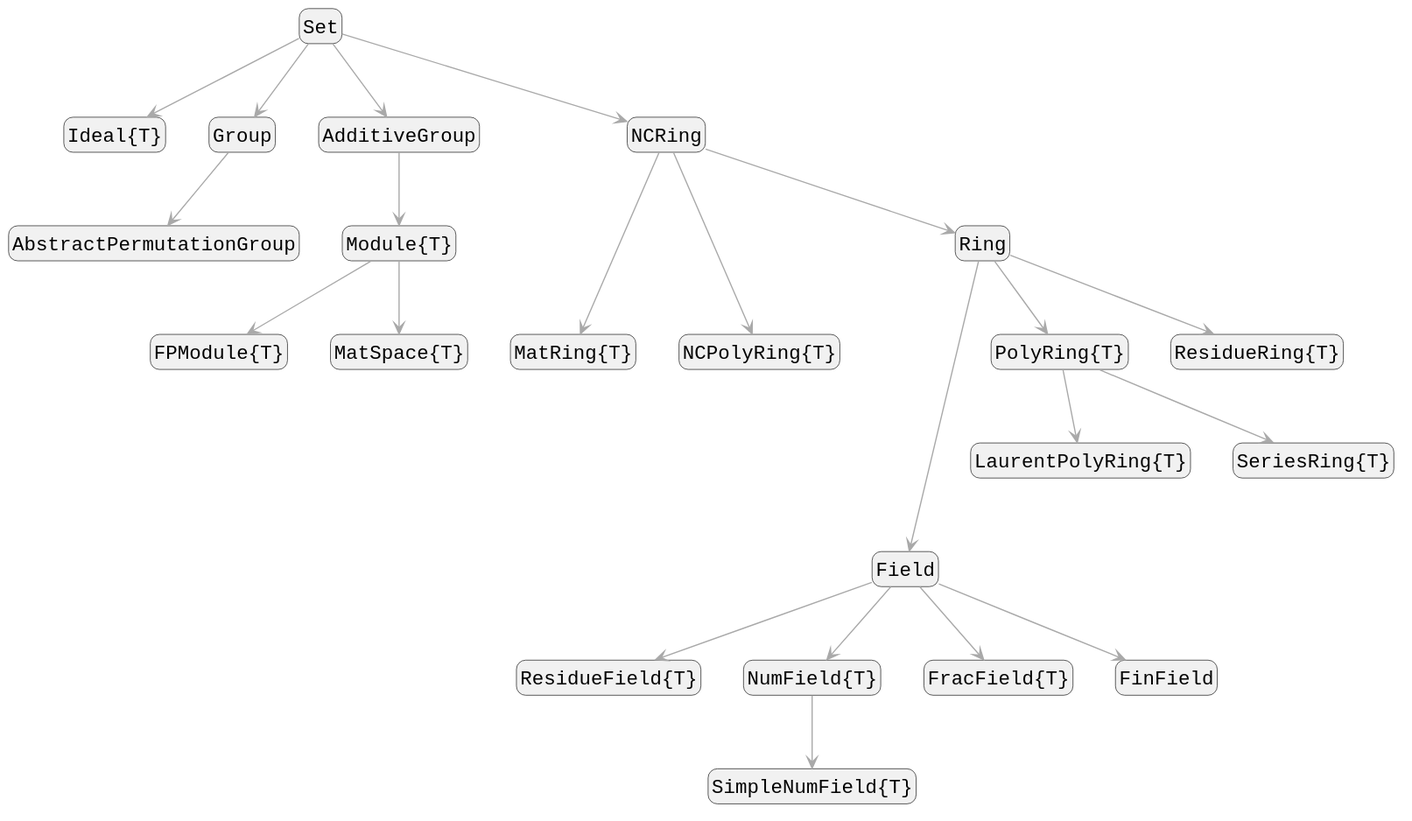
The PlantUML diagram previews/PR6368/AbstractAlgebra/assets/parents_diagram.svg in oscar-system/OscarDocumentation, before a commit. Its diagram source:
```plantuml
@startuml
skinparam monochrome true
skinparam defaultFontName Monospaced
skinparam defaultFontSize 16
skinparam objectArrowColor DarkGray
skinparam RoundCorner 15

"Set" -down-> "Ideal{T}"

"Set" -down-> "Group"
"Group" -down-> "AbstractPermutationGroup"

"Set" -down-> "AdditiveGroup"
"AdditiveGroup" -down-> "Module{T}"
"Module{T}" -down-> "FPModule{T}"
"Module{T}" -down-> "MatSpace{T}"

"Set" -down-> "NCRing"
"NCRing" -down--> "MatRing{T}"
"NCRing" -down--> "NCPolyRing{T}"
"NCRing" -down-> "Ring"

"Ring" -down---> "Field"
"Ring" -down-> "PolyRing{T}"
"PolyRing{T}" -down-> "LaurentPolyRing{T}"
"PolyRing{T}" -down-> "SeriesRing{T}"
"Ring" -down-> "ResidueRing{T}"

"Field" -down-> "ResidueField{T}"
"NumField{T}" -down-> "SimpleNumField{T}"
"Field" -down-> "FracField{T}"
"Field" -down-> "NumField{T}"
"Field" -down-> "FinField"

hide members
hide circle
@enduml
```
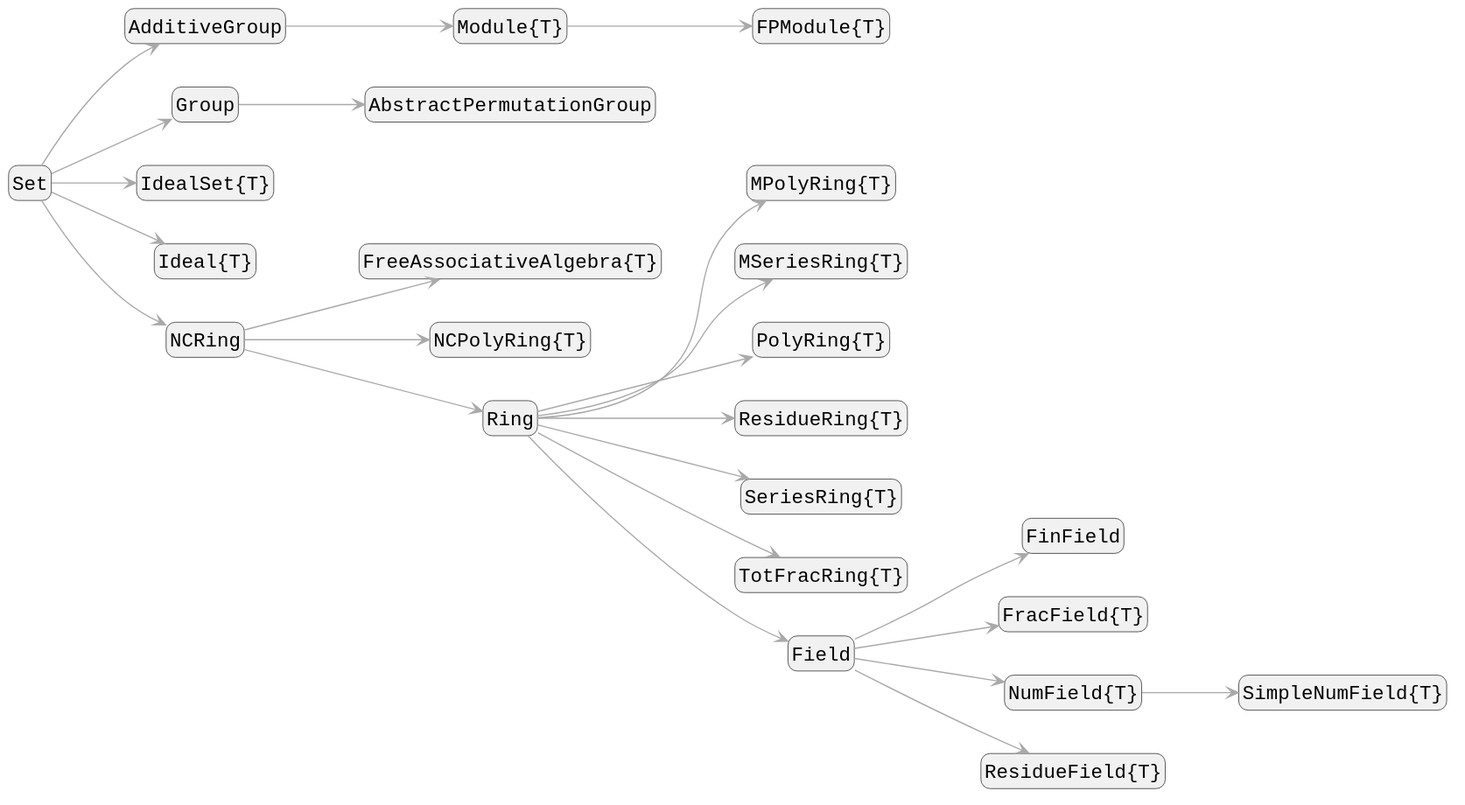
Above is the later version.

What changed in the source:
```diff
@@ -4,34 +4,31 @@
 skinparam defaultFontSize 16
 skinparam objectArrowColor DarkGray
 skinparam RoundCorner 15
+left to right direction
 
-"Set" -down-> "Ideal{T}"
-
-"Set" -down-> "Group"
-"Group" -down-> "AbstractPermutationGroup"
-
-"Set" -down-> "AdditiveGroup"
-"AdditiveGroup" -down-> "Module{T}"
-"Module{T}" -down-> "FPModule{T}"
-"Module{T}" -down-> "MatSpace{T}"
-
-"Set" -down-> "NCRing"
-"NCRing" -down--> "MatRing{T}"
-"NCRing" -down--> "NCPolyRing{T}"
-"NCRing" -down-> "Ring"
-
-"Ring" -down---> "Field"
-"Ring" -down-> "PolyRing{T}"
-"PolyRing{T}" -down-> "LaurentPolyRing{T}"
-"PolyRing{T}" -down-> "SeriesRing{T}"
-"Ring" -down-> "ResidueRing{T}"
-
-"Field" -down-> "ResidueField{T}"
-"NumField{T}" -down-> "SimpleNumField{T}"
-"Field" -down-> "FracField{T}"
-"Field" -down-> "NumField{T}"
-"Field" -down-> "FinField"
-
+"Set" --> "AdditiveGroup"
+"AdditiveGroup" --> "Module{T}"
+"Module{T}" --> "FPModule{T}"
+"Set" --> "Group"
+"Group" --> "AbstractPermutationGroup"
+"Set" --> "IdealSet{T}"
+"Set" --> "Ideal{T}"
+"Set" --> "NCRing"
+"NCRing" --> "FreeAssociativeAlgebra{T}"
+"NCRing" --> "NCPolyRing{T}"
+"NCRing" --> "Ring"
+"Ring" --> "MPolyRing{T}"
+"Ring" --> "MSeriesRing{T}"
+"Ring" --> "PolyRing{T}"
+"Ring" --> "ResidueRing{T}"
+"Ring" --> "SeriesRing{T}"
+"Ring" --> "TotFracRing{T}"
+"Ring" --> "Field"
+"Field" --> "FinField"
+"Field" --> "FracField{T}"
+"Field" --> "NumField{T}"
+"NumField{T}" --> "SimpleNumField{T}"
+"Field" --> "ResidueField{T}"
 hide members
 hide circle
 @enduml
```
